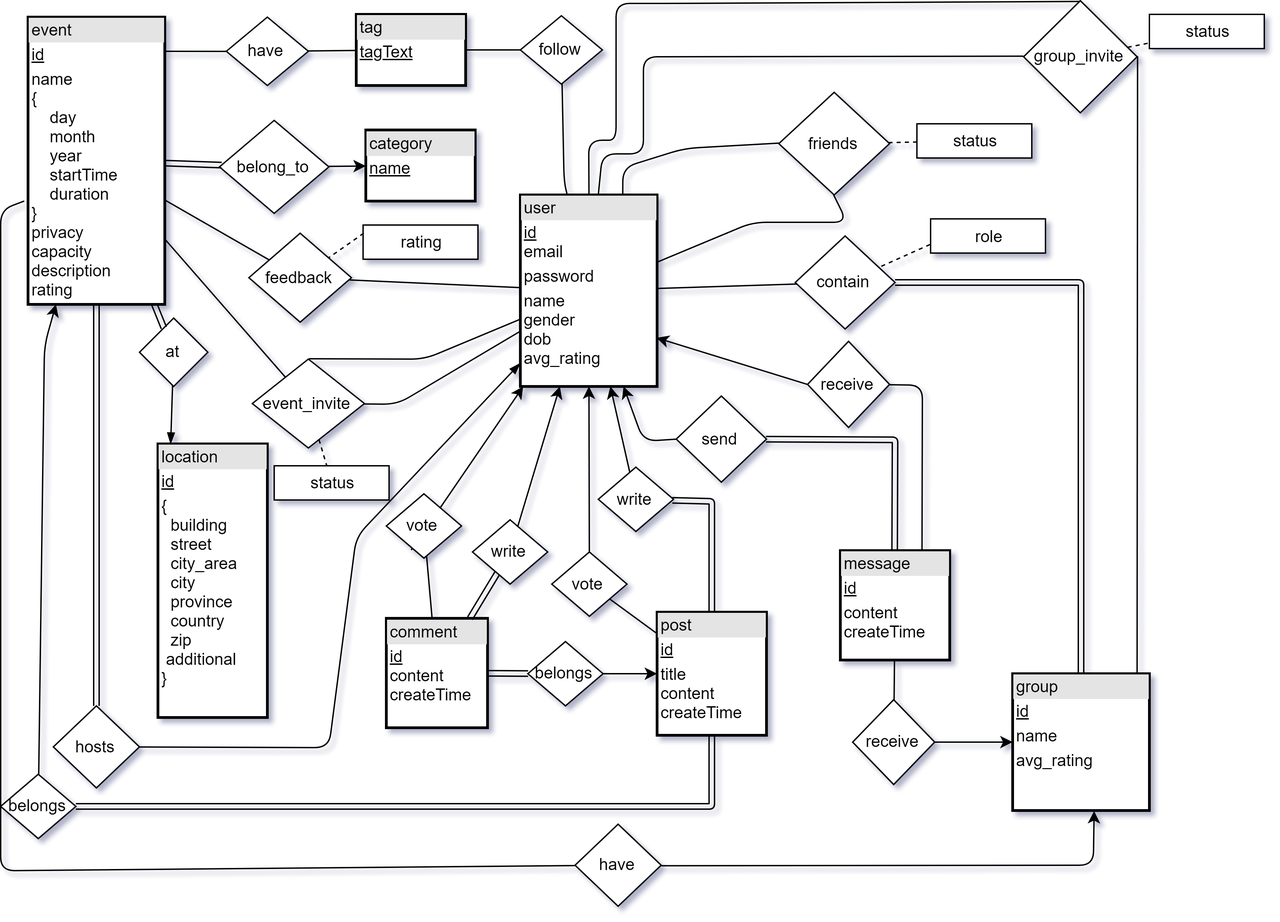
Before: doc/diagrams/er_diagram/ERDiagram.png, a diagram exported from draw.io (ahmed-umair/scenes). Source tidied: cells renumbered, new cells last; positions are measured from the earlier drawing's top-left corner, leaving out a move shared by most shapes.
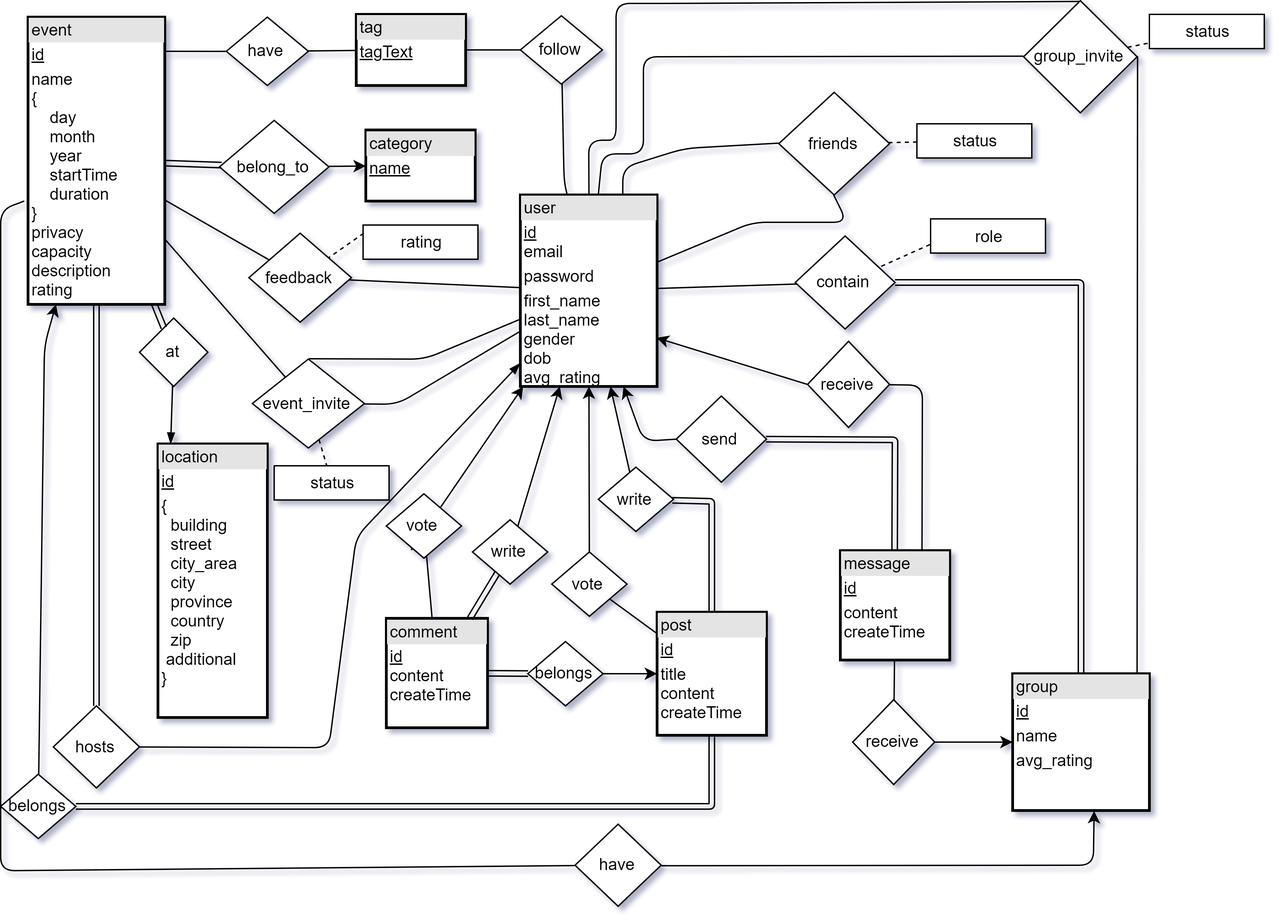
The same diagram one commit later.

Diff of the diagram source:
```diff
@@ -8,7 +8,7 @@
     <mxCell id="3" value="&lt;div style=&quot;box-sizing: border-box ; width: 100% ; background: #e4e4e4 ; padding: 2px&quot;&gt;tag&lt;/div&gt;&lt;table style=&quot;width: 100% ; font-size: 1em&quot; cellpadding=&quot;2&quot; cellspacing=&quot;0&quot;&gt;&lt;tbody&gt;&lt;tr&gt;&lt;td&gt;&lt;u&gt;tagText&lt;/u&gt;&lt;br&gt;&lt;/td&gt;&lt;/tr&gt;&lt;tr&gt;&lt;td&gt;&lt;br&gt;&lt;/td&gt;&lt;/tr&gt;&lt;/tbody&gt;&lt;/table&gt;" style="verticalAlign=top;align=left;overflow=fill;html=1;fillColor=#ffffff;strokeWidth=2;" parent="1" vertex="1">
       <mxGeometry x="260" y="10" width="80" height="52" as="geometry" />
     </mxCell>
-    <mxCell id="4" value="&lt;div style=&quot;box-sizing: border-box ; width: 100% ; background: #e4e4e4 ; padding: 2px&quot;&gt;user&lt;/div&gt;&lt;table style=&quot;width: 100% ; font-size: 1em&quot; cellpadding=&quot;2&quot; cellspacing=&quot;0&quot;&gt;&lt;tbody&gt;&lt;tr&gt;&lt;td&gt;&lt;u&gt;id&lt;/u&gt;&lt;br&gt;email&lt;/td&gt;&lt;/tr&gt;&lt;tr&gt;&lt;td&gt;password&lt;/td&gt;&lt;/tr&gt;&lt;tr&gt;&lt;td&gt;name&lt;br&gt;gender&lt;br&gt;dob&lt;br&gt;avg_rating&lt;/td&gt;&lt;/tr&gt;&lt;/tbody&gt;&lt;/table&gt;" style="verticalAlign=top;align=left;overflow=fill;html=1;fillColor=#ffffff;strokeWidth=2;" parent="1" vertex="1">
+    <mxCell id="4" value="&lt;div style=&quot;box-sizing: border-box ; width: 100% ; background: #e4e4e4 ; padding: 2px&quot;&gt;user&lt;/div&gt;&lt;table style=&quot;width: 100% ; font-size: 1em&quot; cellpadding=&quot;2&quot; cellspacing=&quot;0&quot;&gt;&lt;tbody&gt;&lt;tr&gt;&lt;td&gt;&lt;u&gt;id&lt;/u&gt;&lt;br&gt;email&lt;/td&gt;&lt;/tr&gt;&lt;tr&gt;&lt;td&gt;password&lt;/td&gt;&lt;/tr&gt;&lt;tr&gt;&lt;td&gt;first_name&lt;br&gt;last_name&lt;br&gt;gender&lt;br&gt;dob&lt;br&gt;avg_rating&lt;/td&gt;&lt;/tr&gt;&lt;/tbody&gt;&lt;/table&gt;" style="verticalAlign=top;align=left;overflow=fill;html=1;fillColor=#ffffff;strokeWidth=2;" parent="1" vertex="1">
       <mxGeometry x="380" y="142" width="100" height="140" as="geometry" />
     </mxCell>
     <mxCell id="5" value="&lt;div style=&quot;box-sizing: border-box ; width: 100% ; background: #e4e4e4 ; padding: 2px&quot;&gt;group&lt;/div&gt;&lt;table style=&quot;width: 100% ; font-size: 1em&quot; cellpadding=&quot;2&quot; cellspacing=&quot;0&quot;&gt;&lt;tbody&gt;&lt;tr&gt;&lt;td&gt;&lt;u&gt;id&lt;/u&gt;&lt;/td&gt;&lt;/tr&gt;&lt;tr&gt;&lt;td&gt;name&lt;/td&gt;&lt;/tr&gt;&lt;tr&gt;&lt;td&gt;avg_rating&lt;/td&gt;&lt;/tr&gt;&lt;/tbody&gt;&lt;/table&gt;" style="verticalAlign=top;align=left;overflow=fill;html=1;fillColor=#ffffff;strokeWidth=2;" parent="1" vertex="1">
```
